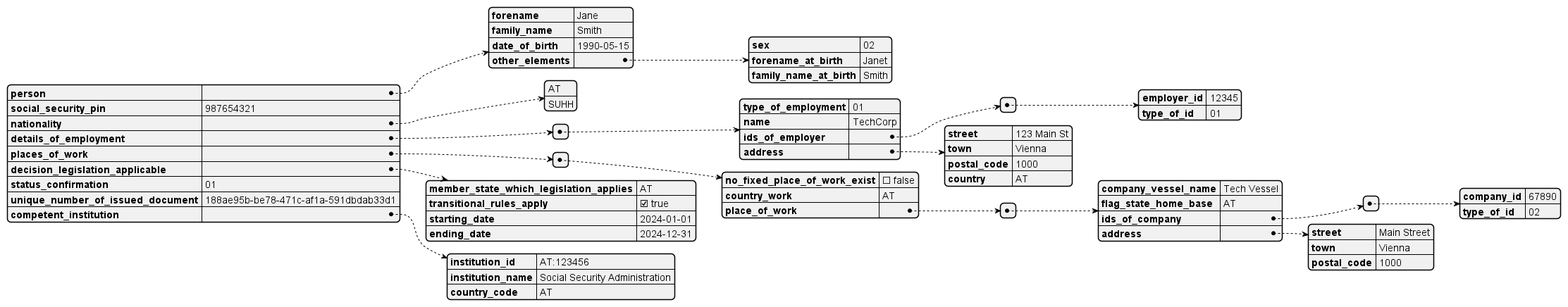
Earlier version of the PlantUML export standards/img/PDA1_example.png (dc4eu/vc).
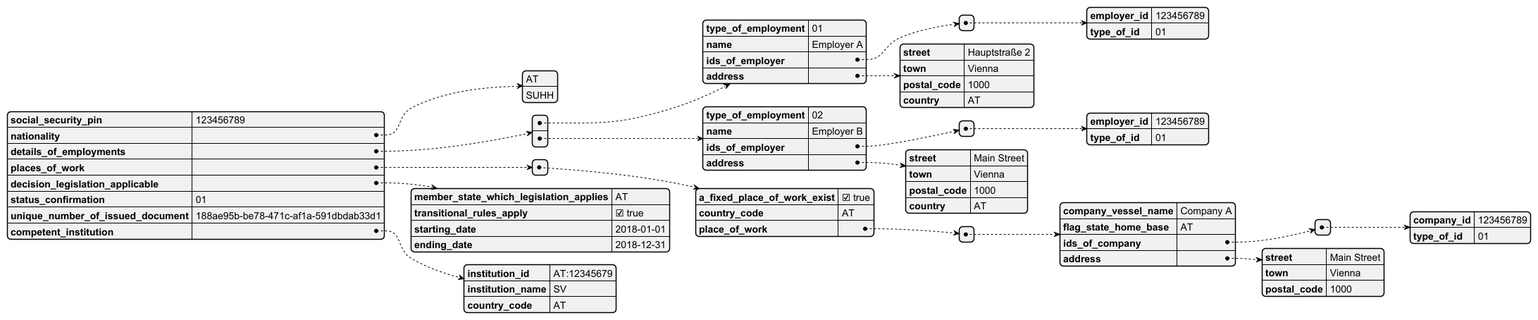
Later version of the same file.

Commit message:
added puml diagram source code and updated the diagrams

The edit, as a diff of the source:
```diff
@@ -1,75 +1,80 @@
 @startjson
-
+#
 {
-  "person": {
-    "forename": "Jane",
-    "family_name": "Smith",
-    "date_of_birth": "1990-05-15",
-    "other_elements": {
-      "sex": "02",
-      "forename_at_birth": "Janet",
-      "family_name_at_birth": "Smith"
+    "social_security_pin": "123456789",
+    "nationality": [
+        "AT",
+        "SUHH"
+    ],
+    "details_of_employments": [
+        {
+            "type_of_employment": "01",
+            "name": "Employer A",
+            "ids_of_employer": [
+                {
+                    "employer_id": "123456789",
+                    "type_of_id": "01"
+                }
+            ],
+            "address": {
+                "street": "Hauptstraße 2",
+                "town": "Vienna",
+                "postal_code": "1000",
+                "country": "AT"
+            }
+        },
+        {
+            "type_of_employment": "02",
+            "name": "Employer B",
+            "ids_of_employer": [
+                {
+                    "employer_id": "123456789",
+                    "type_of_id": "01"
+                }
+            ],
+            "address": {
+                "street": "Main Street",
+                "town": "Vienna",
+                "postal_code": "1000",
+                "country": "AT"
+            }
+        }
+    ],
+    "places_of_work": [
+        {
+            "a_fixed_place_of_work_exist": true,
+            "country_code": "AT",
+            "place_of_work": [
+                {
+                    "company_vessel_name": "Company A",
+                    "flag_state_home_base": "AT",
+                    "ids_of_company": [
+                        {
+                            "company_id": "123456789",
+                            "type_of_id": "01"
+                        }
+                    ],
+                    "address": {
+                        "street": "Main Street",
+                        "town": "Vienna",
+                        "postal_code": "1000"
+                    }
+                }
+            ]
+        }
+    ],
+    "decision_legislation_applicable": {
+        "member_state_which_legislation_applies": "AT", //<xsd:pattern value='(AT|BE|BG|HR|CY|CZ|DK|EE|FI|FR|DE|EL|HU|IS|IE|IT|LV|LI|LT|LU|MT|NL|NO|PL|PT|RO|SK|SI|ES|SE|CH|UK){1}'/>
+        "transitional_rules_apply": true,
+        "starting_date": "2018-01-01",
+        "ending_date": "2018-12-31" //for open period end date will be set to 2499-01-01, to ensure that the end date is not reached
+    },
+    "status_confirmation": "01", //A009 article_regulation_ec_no_8832004 01 -> 01, 02 -> 03
+    "unique_number_of_issued_document": "188ae95b-be78-471c-af1a-591dbdab33d1",
+    "competent_institution": {
+        "institution_id": "AT:12345679", //<xsd:pattern value='(AT|BE|BG|HR|CY|CZ|DK|EE|FI|FR|DE|EL|HU|IS|IE|IT|LV|LI|LT|LU|MT|NL|NO|PL|PT|RO|SK|SI|ES|SE|CH|UK|EU):[a-zA-Z0-9]{4,10}' />
+        "institution_name": "SV",
+        "country_code": "AT" //<xsd:pattern value='(AT|BE|BG|HR|CY|CZ|DK|EE|FI|FR|DE|EL|HU|IS|IE|IT|LV|LI|LT|LU|MT|NL|NO|PL|PT|RO|SK|SI|ES|SE|CH|UK|EU){1}'/>
     }
-  },
-  "social_security_pin": "987654321",
-  "nationality": [
-    "AT",
-    "SUHH"
-  ],
-  "details_of_employment": [
-    {
-      "type_of_employment": "01",
-      "name": "TechCorp",
-      "ids_of_employer": [
-        {
-          "employer_id": "12345",
-          "type_of_id": "01"
-        }
-      ],
-      "address": {
-        "street": "123 Main St",
-        "town": "Vienna",
-        "postal_code": "1000",
-        "country": "AT"
-      }
-    }
-  ],
-  "places_of_work": [
-    {
-      "no_fixed_place_of_work_exist": false,
-      "country_work": "AT",
-      "place_of_work": [
-        {
-          "company_vessel_name": "Tech Vessel",
-          "flag_state_home_base": "AT",
-          "ids_of_company": [
-            {
-              "company_id": "67890",
-              "type_of_id": "02"
-            }
-          ],
-          "address": {
-            "street": "Main Street",
-            "town": "Vienna",
-            "postal_code": "1000"
-          }
-        }
-      ]
-    }
-  ],
-  "decision_legislation_applicable": {
-    "member_state_which_legislation_applies": "AT",
-    "transitional_rules_apply": true,
-    "starting_date": "2024-01-01",
-    "ending_date": "2024-12-31"
-  },
-  "status_confirmation": "01",
-  "unique_number_of_issued_document": "188ae95b-be78-471c-af1a-591dbdab33d1",
-  "competent_institution": {
-    "institution_id": "AT:123456",
-    "institution_name": "Social Security Administration",
-    "country_code": "AT"
-  }
 }
-
 @endjson
```
